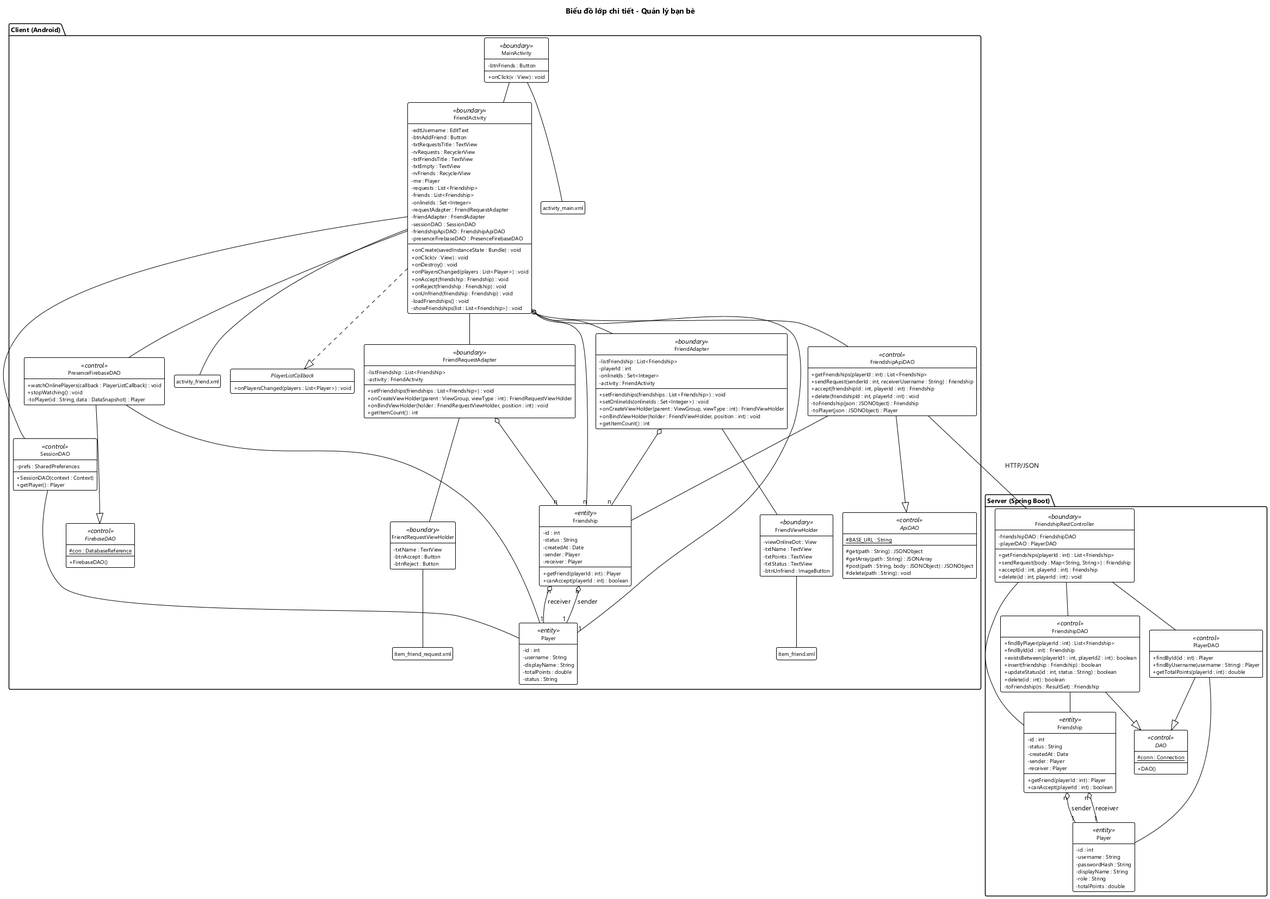
The PlantUML diagram docs/hung/lop-thiet-ke-uc07.png in HungNguyenBa1811/math-dash, before a commit. The source it was exported from:
```plantuml
@startuml lop-thiet-ke-uc07
!include _theme.iuml
title Biểu đồ lớp chi tiết - Quản lý bạn bè

package "Client (Android)" {
  class MainActivity <<boundary>> {
    - btnFriends : Button
    + onClick(v : View) : void
  }
  class FriendActivity <<boundary>> {
    - edtUsername : EditText
    - btnAddFriend : Button
    - txtRequestsTitle : TextView
    - rvRequests : RecyclerView
    - txtFriendsTitle : TextView
    - txtEmpty : TextView
    - rvFriends : RecyclerView
    - me : Player
    - requests : List<Friendship>
    - friends : List<Friendship>
    - onlineIds : Set<Integer>
    - requestAdapter : FriendRequestAdapter
    - friendAdapter : FriendAdapter
    - sessionDAO : SessionDAO
    - friendshipApiDAO : FriendshipApiDAO
    - presenceFirebaseDAO : PresenceFirebaseDAO
    + onCreate(savedInstanceState : Bundle) : void
    + onClick(v : View) : void
    + onDestroy() : void
    + onPlayersChanged(players : List<Player>) : void
    + onAccept(friendship : Friendship) : void
    + onReject(friendship : Friendship) : void
    + onUnfriend(friendship : Friendship) : void
    - loadFriendships() : void
    - showFriendships(list : List<Friendship>) : void
  }
  class FriendRequestAdapter <<boundary>> {
    - listFriendship : List<Friendship>
    - activity : FriendActivity
    + setFriendships(friendships : List<Friendship>) : void
    + onCreateViewHolder(parent : ViewGroup, viewType : int) : FriendRequestViewHolder
    + onBindViewHolder(holder : FriendRequestViewHolder, position : int) : void
    + getItemCount() : int
  }
  class FriendRequestViewHolder <<boundary>> {
    - txtName : TextView
    - btnAccept : Button
    - btnReject : Button
  }
  class FriendAdapter <<boundary>> {
    - listFriendship : List<Friendship>
    - playerId : int
    - onlineIds : Set<Integer>
    - activity : FriendActivity
    + setFriendships(friendships : List<Friendship>) : void
    + setOnlineIds(onlineIds : Set<Integer>) : void
    + onCreateViewHolder(parent : ViewGroup, viewType : int) : FriendViewHolder
    + onBindViewHolder(holder : FriendViewHolder, position : int) : void
    + getItemCount() : int
  }
  class FriendViewHolder <<boundary>> {
    - viewOnlineDot : View
    - txtName : TextView
    - txtPoints : TextView
    - txtStatus : TextView
    - btnUnfriend : ImageButton
  }
  class "activity_main.xml" as xmlMain
  class "activity_friend.xml" as xmlFriend
  class "item_friend_request.xml" as xmlItemRequest
  class "item_friend.xml" as xmlItemFriend

  interface PlayerListCallback {
    + onPlayersChanged(players : List<Player>) : void
  }
  class SessionDAO <<control>> {
    - prefs : SharedPreferences
    + SessionDAO(context : Context)
    + getPlayer() : Player
  }
  abstract class FirebaseDAO <<control>> {
    # {static} con : DatabaseReference
    + FirebaseDAO()
  }
  class PresenceFirebaseDAO <<control>> {
    + watchOnlinePlayers(callback : PlayerListCallback) : void
    + stopWatching() : void
    - toPlayer(id : String, data : DataSnapshot) : Player
  }
  abstract class ApiDAO <<control>> {
    # {static} BASE_URL : String
    # get(path : String) : JSONObject
    # getArray(path : String) : JSONArray
    # post(path : String, body : JSONObject) : JSONObject
    # delete(path : String) : void
  }
  class FriendshipApiDAO <<control>> {
    + getFriendships(playerId : int) : List<Friendship>
    + sendRequest(senderId : int, receiverUsername : String) : Friendship
    + accept(friendshipId : int, playerId : int) : Friendship
    + delete(friendshipId : int, playerId : int) : void
    - toFriendship(json : JSONObject) : Friendship
    - toPlayer(json : JSONObject) : Player
  }
  class Friendship <<entity>> {
    - id : int
    - status : String
    - createdAt : Date
    - sender : Player
    - receiver : Player
    + getFriend(playerId : int) : Player
    + canAccept(playerId : int) : boolean
  }
  class Player <<entity>> {
    - id : int
    - username : String
    - displayName : String
    - totalPoints : double
    - status : String
  }
}

package "Server (Spring Boot)" {
  class FriendshipRestController <<boundary>> {
    - friendshipDAO : FriendshipDAO
    - playerDAO : PlayerDAO
    + getFriendships(playerId : int) : List<Friendship>
    + sendRequest(body : Map<String, String>) : Friendship
    + accept(id : int, playerId : int) : Friendship
    + delete(id : int, playerId : int) : void
  }
  abstract class "DAO" as SDAO <<control>> {
    # {static} conn : Connection
    + DAO()
  }
  class FriendshipDAO <<control>> {
    + findByPlayer(playerId : int) : List<Friendship>
    + findById(id : int) : Friendship
    + existsBetween(playerId1 : int, playerId2 : int) : boolean
    + insert(friendship : Friendship) : boolean
    + updateStatus(id : int, status : String) : boolean
    + delete(id : int) : boolean
    - toFriendship(rs : ResultSet) : Friendship
  }
  class PlayerDAO <<control>> {
    + findById(id : int) : Player
    + findByUsername(username : String) : Player
    + getTotalPoints(playerId : int) : double
  }
  class "Friendship" as SFriendship <<entity>> {
    - id : int
    - status : String
    - createdAt : Date
    - sender : Player
    - receiver : Player
    + getFriend(playerId : int) : Player
    + canAccept(playerId : int) : boolean
  }
  class "Player" as SPlayer <<entity>> {
    - id : int
    - username : String
    - passwordHash : String
    - displayName : String
    - role : String
    - totalPoints : double
  }
}

MainActivity -- FriendActivity
FriendActivity -- FriendRequestAdapter
FriendActivity -- FriendAdapter
FriendRequestAdapter -- FriendRequestViewHolder
FriendAdapter -- FriendViewHolder
MainActivity -- xmlMain
FriendActivity -- xmlFriend
FriendRequestViewHolder -- xmlItemRequest
FriendViewHolder -- xmlItemFriend
FriendActivity ..|> PlayerListCallback
FriendActivity o-- "1" Player
FriendActivity o-- "n" Friendship
FriendRequestAdapter o-- "n" Friendship
FriendAdapter o-- "n" Friendship
FriendActivity -- SessionDAO
FriendActivity -- FriendshipApiDAO
FriendActivity -- PresenceFirebaseDAO
PresenceFirebaseDAO --|> FirebaseDAO
FriendshipApiDAO --|> ApiDAO
SessionDAO -- Player
PresenceFirebaseDAO -- Player
FriendshipApiDAO -- Friendship
Friendship "n" o-- "1" Player : sender
Friendship "n" o-- "1" Player : receiver

FriendshipRestController -- FriendshipDAO
FriendshipRestController -- PlayerDAO
FriendshipDAO --|> SDAO
PlayerDAO --|> SDAO
FriendshipDAO -- SFriendship
PlayerDAO -- SPlayer
FriendshipRestController -- SFriendship
SFriendship "n" o-- "1" SPlayer : sender
SFriendship "n" o-- "1" SPlayer : receiver

FriendshipApiDAO -- FriendshipRestController : HTTP/JSON
@enduml
```
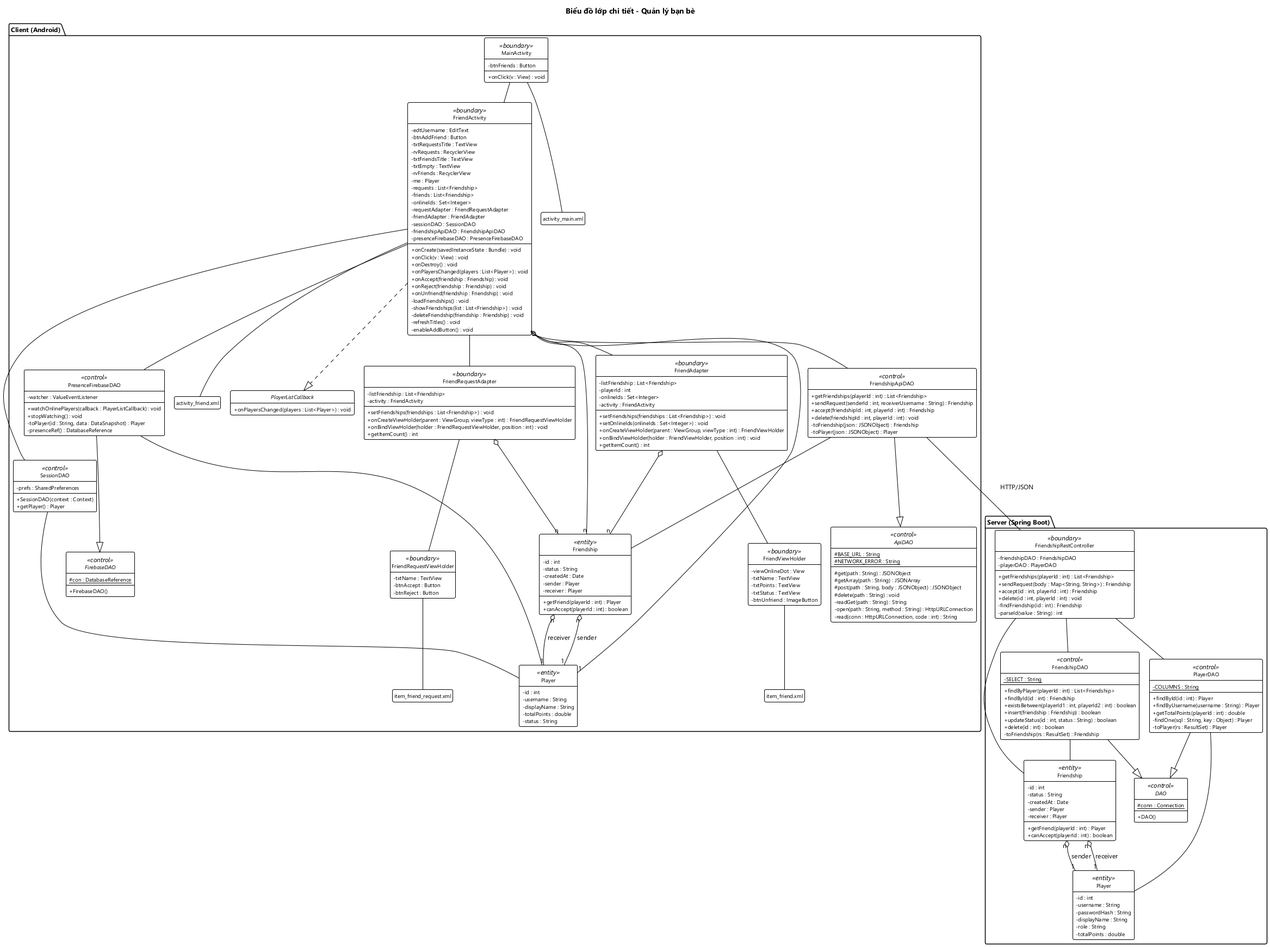
Later version of the same file.

The edit, as a diff of the source:
```diff
@@ -33,6 +33,9 @@
     + onUnfriend(friendship : Friendship) : void
     - loadFriendships() : void
     - showFriendships(list : List<Friendship>) : void
+    - deleteFriendship(friendship : Friendship) : void
+    - refreshTitles() : void
+    - enableAddButton() : void
   }
   class FriendRequestAdapter <<boundary>> {
     - listFriendship : List<Friendship>
@@ -83,16 +86,22 @@
     + FirebaseDAO()
   }
   class PresenceFirebaseDAO <<control>> {
+    - watcher : ValueEventListener
     + watchOnlinePlayers(callback : PlayerListCallback) : void
     + stopWatching() : void
     - toPlayer(id : String, data : DataSnapshot) : Player
+    - presenceRef() : DatabaseReference
   }
   abstract class ApiDAO <<control>> {
     # {static} BASE_URL : String
+    # {static} NETWORK_ERROR : String
     # get(path : String) : JSONObject
     # getArray(path : String) : JSONArray
     # post(path : String, body : JSONObject) : JSONObject
     # delete(path : String) : void
+    - readGet(path : String) : String
+    - open(path : String, method : String) : HttpURLConnection
+    - read(conn : HttpURLConnection, code : int) : String
   }
   class FriendshipApiDAO <<control>> {
     + getFriendships(playerId : int) : List<Friendship>
@@ -128,12 +137,15 @@
     + sendRequest(body : Map<String, String>) : Friendship
     + accept(id : int, playerId : int) : Friendship
     + delete(id : int, playerId : int) : void
+    - findFriendship(id : int) : Friendship
+    - parseId(value : String) : int
   }
   abstract class "DAO" as SDAO <<control>> {
     # {static} conn : Connection
     + DAO()
   }
   class FriendshipDAO <<control>> {
+    - {static} SELECT : String
     + findByPlayer(playerId : int) : List<Friendship>
     + findById(id : int) : Friendship
     + existsBetween(playerId1 : int, playerId2 : int) : boolean
@@ -143,9 +155,12 @@
     - toFriendship(rs : ResultSet) : Friendship
   }
   class PlayerDAO <<control>> {
+    - {static} COLUMNS : String
     + findById(id : int) : Player
     + findByUsername(username : String) : Player
     + getTotalPoints(playerId : int) : double
+    - findOne(sql : String, key : Object) : Player
+    - toPlayer(rs : ResultSet) : Player
   }
   class "Friendship" as SFriendship <<entity>> {
     - id : int
```
